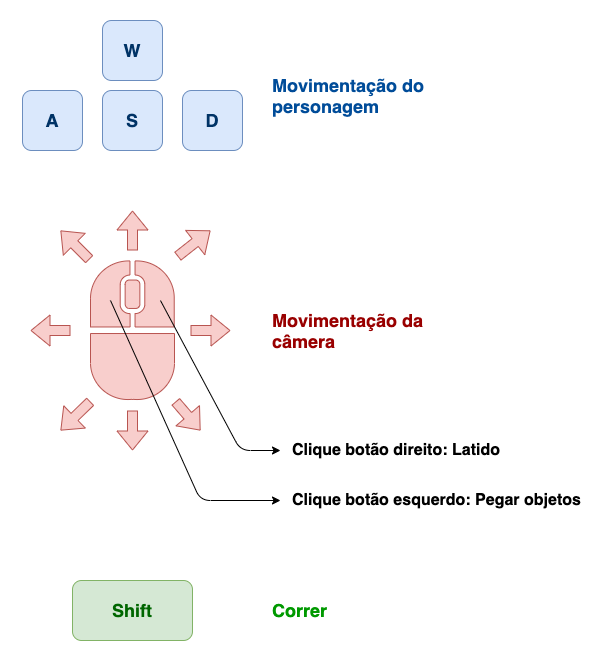
slimkaki/DogSimulator keeps this draw.io diagram as Assets/Images/controles_dogSimulator.png. Above is the earlier version. Source tidied: cells renumbered, new cells last; positions are measured from the earlier drawing's top-left corner, leaving out a move shared by most shapes. Source of this version:
```xml
<mxGraphModel>
  <root>
    <mxCell id="0" />
    <mxCell id="1" parent="0" />
    <mxCell id="2" style="rounded=0;whiteSpace=wrap;html=1;strokeColor=none;" parent="1" vertex="1">
      <mxGeometry width="600" height="660" as="geometry" />
    </mxCell>
    <mxCell id="3" value="&lt;span style=&quot;font-size: 18px&quot;&gt;&lt;b&gt;&lt;font color=&quot;#003366&quot;&gt;W&lt;/font&gt;&lt;/b&gt;&lt;/span&gt;" style="rounded=1;whiteSpace=wrap;html=1;fillColor=#dae8fc;strokeColor=#6c8ebf;" parent="1" vertex="1">
      <mxGeometry x="102" y="20" width="60" height="60" as="geometry" />
    </mxCell>
    <mxCell id="4" value="&lt;b&gt;&lt;font style=&quot;font-size: 18px&quot; color=&quot;#003366&quot;&gt;A&lt;/font&gt;&lt;/b&gt;" style="rounded=1;whiteSpace=wrap;html=1;fillColor=#dae8fc;strokeColor=#6c8ebf;" parent="1" vertex="1">
      <mxGeometry x="22" y="90" width="60" height="60" as="geometry" />
    </mxCell>
    <mxCell id="5" value="&lt;span style=&quot;font-size: 18px&quot;&gt;&lt;b&gt;&lt;font color=&quot;#003366&quot;&gt;S&lt;/font&gt;&lt;/b&gt;&lt;/span&gt;" style="rounded=1;whiteSpace=wrap;html=1;fillColor=#dae8fc;strokeColor=#6c8ebf;" parent="1" vertex="1">
      <mxGeometry x="102" y="90" width="60" height="60" as="geometry" />
    </mxCell>
    <mxCell id="6" value="&lt;b&gt;&lt;font style=&quot;font-size: 18px&quot; color=&quot;#003366&quot;&gt;D&lt;/font&gt;&lt;/b&gt;" style="rounded=1;whiteSpace=wrap;html=1;fillColor=#dae8fc;strokeColor=#6c8ebf;" parent="1" vertex="1">
      <mxGeometry x="182" y="90" width="60" height="60" as="geometry" />
    </mxCell>
    <mxCell id="7" value="&lt;b&gt;&lt;font style=&quot;font-size: 18px&quot; color=&quot;#004c99&quot;&gt;Movimentação do personagem&lt;/font&gt;&lt;/b&gt;" style="text;html=1;strokeColor=none;fillColor=none;align=left;verticalAlign=middle;whiteSpace=wrap;rounded=0;" parent="1" vertex="1">
      <mxGeometry x="270" y="40" width="190" height="110" as="geometry" />
    </mxCell>
    <mxCell id="8" style="shadow=0;dashed=0;html=1;strokeColor=#b85450;labelPosition=center;verticalLabelPosition=bottom;verticalAlign=top;align=center;fillColor=#f8cecc;shape=mxgraph.mscae.enterprise.mouse;" parent="1" vertex="1">
      <mxGeometry x="90" y="260" width="84" height="140" as="geometry" />
    </mxCell>
    <mxCell id="9" style="shape=flexArrow;endArrow=classic;html=1;fillColor=#f8cecc;strokeColor=#b85450;" parent="1" edge="1">
      <mxGeometry relative="1" as="geometry">
        <mxPoint x="190" y="330" as="sourcePoint" />
        <mxPoint x="230" y="330" as="targetPoint" />
      </mxGeometry>
    </mxCell>
    <mxCell id="10" style="shape=flexArrow;endArrow=classic;html=1;fillColor=#f8cecc;strokeColor=#b85450;" parent="1" edge="1">
      <mxGeometry relative="1" as="geometry">
        <mxPoint x="70" y="330" as="sourcePoint" />
        <mxPoint x="30" y="330" as="targetPoint" />
      </mxGeometry>
    </mxCell>
    <mxCell id="11" style="shape=flexArrow;endArrow=classic;html=1;fillColor=#f8cecc;strokeColor=#b85450;" parent="1" edge="1">
      <mxGeometry relative="1" as="geometry">
        <mxPoint x="132" y="250" as="sourcePoint" />
        <mxPoint x="132" y="210" as="targetPoint" />
      </mxGeometry>
    </mxCell>
    <mxCell id="12" style="shape=flexArrow;endArrow=classic;html=1;fillColor=#f8cecc;strokeColor=#b85450;" parent="1" edge="1">
      <mxGeometry relative="1" as="geometry">
        <mxPoint x="132" y="410" as="sourcePoint" />
        <mxPoint x="132" y="450" as="targetPoint" />
      </mxGeometry>
    </mxCell>
    <mxCell id="13" style="shape=flexArrow;endArrow=classic;html=1;exitX=0;exitY=1.007;exitDx=0;exitDy=0;exitPerimeter=0;fillColor=#f8cecc;strokeColor=#b85450;" parent="1" edge="1" source="8">
      <mxGeometry relative="1" as="geometry">
        <mxPoint x="60" y="430" as="targetPoint" />
      </mxGeometry>
    </mxCell>
    <mxCell id="14" style="shape=flexArrow;endArrow=classic;html=1;exitX=1.012;exitY=1.007;exitDx=0;exitDy=0;exitPerimeter=0;fillColor=#f8cecc;strokeColor=#b85450;" parent="1" edge="1" source="8">
      <mxGeometry relative="1" as="geometry">
        <mxPoint x="200" y="430" as="targetPoint" />
      </mxGeometry>
    </mxCell>
    <mxCell id="15" style="shape=flexArrow;endArrow=classic;html=1;exitX=1.036;exitY=-0.029;exitDx=0;exitDy=0;exitPerimeter=0;fillColor=#f8cecc;strokeColor=#b85450;" parent="1" edge="1" source="8">
      <mxGeometry relative="1" as="geometry">
        <mxPoint x="210" y="230" as="targetPoint" />
      </mxGeometry>
    </mxCell>
    <mxCell id="16" style="shape=flexArrow;endArrow=classic;html=1;exitX=-0.012;exitY=-0.007;exitDx=0;exitDy=0;exitPerimeter=0;fillColor=#f8cecc;strokeColor=#b85450;" parent="1" edge="1" source="8">
      <mxGeometry relative="1" as="geometry">
        <mxPoint x="60" y="230" as="targetPoint" />
      </mxGeometry>
    </mxCell>
    <mxCell id="17" value="&lt;b&gt;&lt;font style=&quot;font-size: 18px&quot; color=&quot;#990000&quot;&gt;Movimentação da câmera&lt;/font&gt;&lt;/b&gt;" style="text;html=1;strokeColor=none;fillColor=none;align=left;verticalAlign=middle;whiteSpace=wrap;rounded=0;" parent="1" vertex="1">
      <mxGeometry x="270" y="310" width="170" height="40" as="geometry" />
    </mxCell>
    <mxCell id="18" style="endArrow=classic;html=1;exitX=0.833;exitY=0.286;exitDx=0;exitDy=0;exitPerimeter=0;" parent="1" edge="1" source="8">
      <mxGeometry relative="1" as="geometry">
        <mxPoint x="280" y="450" as="targetPoint" />
        <Array as="points">
          <mxPoint x="240" y="450" />
        </Array>
      </mxGeometry>
    </mxCell>
    <mxCell id="19" style="endArrow=classic;html=1;" parent="1" edge="1">
      <mxGeometry relative="1" as="geometry">
        <mxPoint x="110" y="300" as="sourcePoint" />
        <mxPoint x="280" y="500" as="targetPoint" />
        <Array as="points">
          <mxPoint x="200" y="500" />
        </Array>
      </mxGeometry>
    </mxCell>
    <mxCell id="20" value="&lt;b&gt;&lt;font style=&quot;font-size: 16px&quot;&gt;Clique botão esquerdo: Pegar objetos&lt;/font&gt;&lt;/b&gt;" style="text;html=1;strokeColor=none;fillColor=none;align=left;verticalAlign=middle;whiteSpace=wrap;rounded=0;" parent="1" vertex="1">
      <mxGeometry x="290" y="480" width="300" height="40" as="geometry" />
    </mxCell>
    <mxCell id="21" value="&lt;b&gt;&lt;font style=&quot;font-size: 16px&quot;&gt;Clique botão direito: Latido&lt;/font&gt;&lt;/b&gt;" style="text;html=1;strokeColor=none;fillColor=none;align=left;verticalAlign=middle;whiteSpace=wrap;rounded=0;" parent="1" vertex="1">
      <mxGeometry x="290" y="430" width="300" height="40" as="geometry" />
    </mxCell>
    <mxCell id="22" value="&lt;b&gt;&lt;font style=&quot;font-size: 18px&quot; color=&quot;#006600&quot;&gt;Shift&lt;/font&gt;&lt;/b&gt;" style="rounded=1;whiteSpace=wrap;html=1;fillColor=#d5e8d4;strokeColor=#82b366;" parent="1" vertex="1">
      <mxGeometry x="72" y="580" width="120" height="60" as="geometry" />
    </mxCell>
    <mxCell id="23" value="&lt;b&gt;&lt;font style=&quot;font-size: 18px&quot; color=&quot;#009900&quot;&gt;Correr&lt;/font&gt;&lt;/b&gt;" style="text;html=1;strokeColor=none;fillColor=none;align=left;verticalAlign=middle;whiteSpace=wrap;rounded=0;" parent="1" vertex="1">
      <mxGeometry x="270" y="590" width="170" height="40" as="geometry" />
    </mxCell>
  </root>
</mxGraphModel>
```
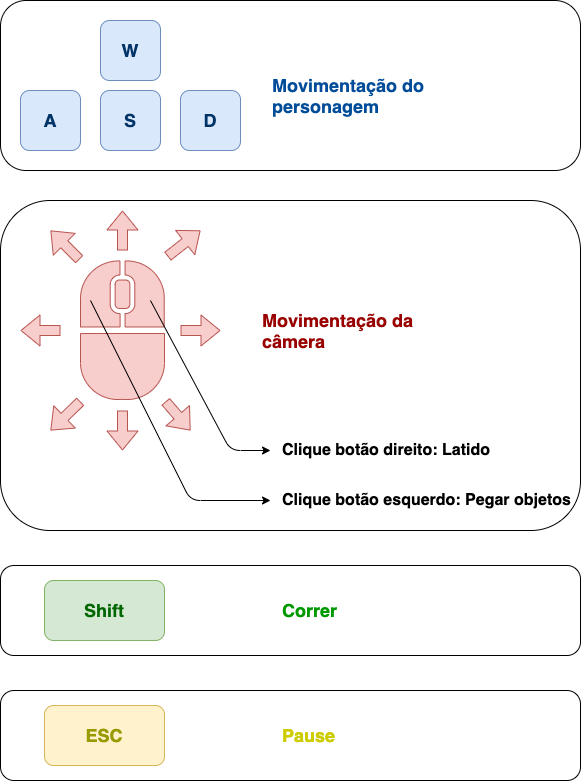
The same file after the commit.

Diff of the diagram source:
```diff
@@ -2,23 +2,29 @@
   <root>
     <mxCell id="0" />
     <mxCell id="1" parent="0" />
-    <mxCell id="2" style="rounded=0;whiteSpace=wrap;html=1;strokeColor=none;" parent="1" vertex="1">
-      <mxGeometry width="600" height="660" as="geometry" />
-    </mxCell>
+    <mxCell id="24" style="rounded=1;whiteSpace=wrap;html=1;" parent="1" vertex="1">
+      <mxGeometry x="10" width="580" height="170" as="geometry" />
+    </mxCell>
+    <mxCell id="25" style="rounded=1;whiteSpace=wrap;html=1;" parent="1" vertex="1">
+      <mxGeometry x="10" y="200" width="580" height="330" as="geometry" />
+    </mxCell>
+    <mxCell id="26" style="rounded=1;whiteSpace=wrap;html=1;" parent="1" vertex="1">
+      <mxGeometry x="10" y="565" width="580" height="90" as="geometry" />
+    </mxCell>
     <mxCell id="3" value="&lt;span style=&quot;font-size: 18px&quot;&gt;&lt;b&gt;&lt;font color=&quot;#003366&quot;&gt;W&lt;/font&gt;&lt;/b&gt;&lt;/span&gt;" style="rounded=1;whiteSpace=wrap;html=1;fillColor=#dae8fc;strokeColor=#6c8ebf;" parent="1" vertex="1">
-      <mxGeometry x="102" y="20" width="60" height="60" as="geometry" />
+      <mxGeometry x="110" y="20" width="60" height="60" as="geometry" />
     </mxCell>
     <mxCell id="4" value="&lt;b&gt;&lt;font style=&quot;font-size: 18px&quot; color=&quot;#003366&quot;&gt;A&lt;/font&gt;&lt;/b&gt;" style="rounded=1;whiteSpace=wrap;html=1;fillColor=#dae8fc;strokeColor=#6c8ebf;" parent="1" vertex="1">
-      <mxGeometry x="22" y="90" width="60" height="60" as="geometry" />
+      <mxGeometry x="30" y="90" width="60" height="60" as="geometry" />
     </mxCell>
     <mxCell id="5" value="&lt;span style=&quot;font-size: 18px&quot;&gt;&lt;b&gt;&lt;font color=&quot;#003366&quot;&gt;S&lt;/font&gt;&lt;/b&gt;&lt;/span&gt;" style="rounded=1;whiteSpace=wrap;html=1;fillColor=#dae8fc;strokeColor=#6c8ebf;" parent="1" vertex="1">
-      <mxGeometry x="102" y="90" width="60" height="60" as="geometry" />
+      <mxGeometry x="110" y="90" width="60" height="60" as="geometry" />
     </mxCell>
     <mxCell id="6" value="&lt;b&gt;&lt;font style=&quot;font-size: 18px&quot; color=&quot;#003366&quot;&gt;D&lt;/font&gt;&lt;/b&gt;" style="rounded=1;whiteSpace=wrap;html=1;fillColor=#dae8fc;strokeColor=#6c8ebf;" parent="1" vertex="1">
-      <mxGeometry x="182" y="90" width="60" height="60" as="geometry" />
+      <mxGeometry x="190" y="90" width="60" height="60" as="geometry" />
     </mxCell>
     <mxCell id="7" value="&lt;b&gt;&lt;font style=&quot;font-size: 18px&quot; color=&quot;#004c99&quot;&gt;Movimentação do personagem&lt;/font&gt;&lt;/b&gt;" style="text;html=1;strokeColor=none;fillColor=none;align=left;verticalAlign=middle;whiteSpace=wrap;rounded=0;" parent="1" vertex="1">
-      <mxGeometry x="270" y="40" width="190" height="110" as="geometry" />
+      <mxGeometry x="280" y="40" width="190" height="110" as="geometry" />
     </mxCell>
     <mxCell id="8" style="shadow=0;dashed=0;html=1;strokeColor=#b85450;labelPosition=center;verticalLabelPosition=bottom;verticalAlign=top;align=center;fillColor=#f8cecc;shape=mxgraph.mscae.enterprise.mouse;" parent="1" vertex="1">
       <mxGeometry x="90" y="260" width="84" height="140" as="geometry" />
@@ -80,7 +86,7 @@
     </mxCell>
     <mxCell id="19" style="endArrow=classic;html=1;" parent="1" edge="1">
       <mxGeometry relative="1" as="geometry">
-        <mxPoint x="110" y="300" as="sourcePoint" />
+        <mxPoint x="100" y="300" as="sourcePoint" />
         <mxPoint x="280" y="500" as="targetPoint" />
         <Array as="points">
           <mxPoint x="200" y="500" />
@@ -94,10 +100,19 @@
       <mxGeometry x="290" y="430" width="300" height="40" as="geometry" />
     </mxCell>
     <mxCell id="22" value="&lt;b&gt;&lt;font style=&quot;font-size: 18px&quot; color=&quot;#006600&quot;&gt;Shift&lt;/font&gt;&lt;/b&gt;" style="rounded=1;whiteSpace=wrap;html=1;fillColor=#d5e8d4;strokeColor=#82b366;" parent="1" vertex="1">
-      <mxGeometry x="72" y="580" width="120" height="60" as="geometry" />
+      <mxGeometry x="54" y="580" width="120" height="60" as="geometry" />
     </mxCell>
     <mxCell id="23" value="&lt;b&gt;&lt;font style=&quot;font-size: 18px&quot; color=&quot;#009900&quot;&gt;Correr&lt;/font&gt;&lt;/b&gt;" style="text;html=1;strokeColor=none;fillColor=none;align=left;verticalAlign=middle;whiteSpace=wrap;rounded=0;" parent="1" vertex="1">
-      <mxGeometry x="270" y="590" width="170" height="40" as="geometry" />
+      <mxGeometry x="290" y="590" width="170" height="40" as="geometry" />
     </mxCell>
+    <mxCell id="27" style="rounded=1;whiteSpace=wrap;html=1;" parent="1" vertex="1">
+      <mxGeometry x="10" y="690" width="580" height="90" as="geometry" />
+    </mxCell>
+    <mxCell id="28" value="&lt;b&gt;&lt;font style=&quot;font-size: 18px&quot; color=&quot;#999900&quot;&gt;ESC&lt;/font&gt;&lt;/b&gt;" style="rounded=1;whiteSpace=wrap;html=1;fillColor=#fff2cc;strokeColor=#d6b656;" parent="1" vertex="1">
+      <mxGeometry x="54" y="705" width="120" height="60" as="geometry" />
+    </mxCell>
+    <mxCell id="29" value="&lt;b&gt;&lt;font style=&quot;font-size: 18px&quot; color=&quot;#cccc00&quot;&gt;Pause&lt;/font&gt;&lt;/b&gt;" style="text;html=1;strokeColor=none;fillColor=none;align=left;verticalAlign=middle;whiteSpace=wrap;rounded=0;" parent="1" vertex="1">
+      <mxGeometry x="290" y="715" width="170" height="40" as="geometry" />
+    </mxCell>
   </root>
 </mxGraphModel>
```
